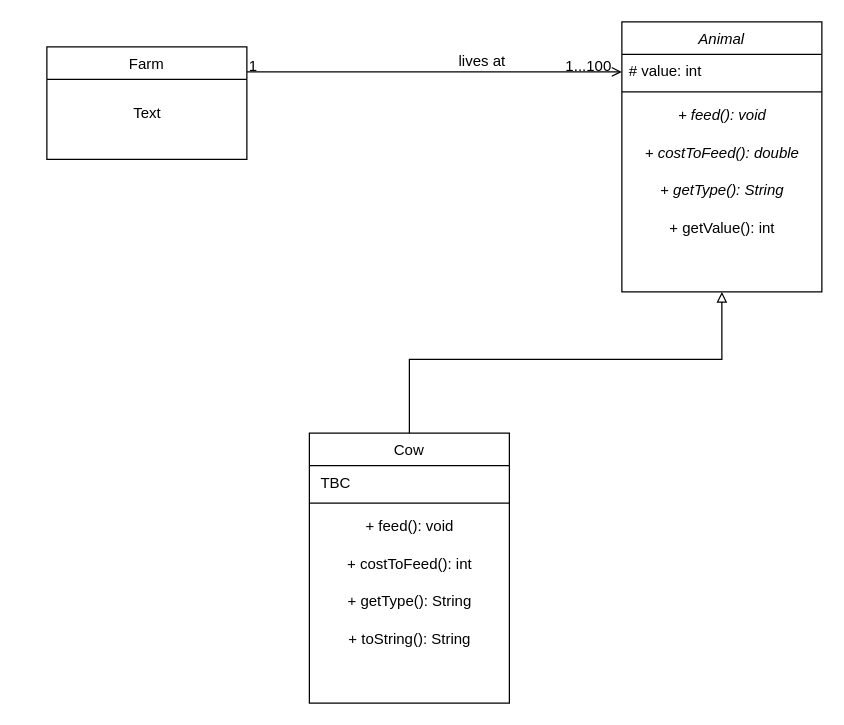
ben-porteous/CompSci718-Miscellaneous keeps this draw.io diagram as FarmManagerLab6.drawio. Above is the earlier version. Source tidied: cells renumbered, new cells numbered last; positions are measured from the earlier drawing's top-left corner, leaving out a move shared by most shapes. Both pictures are drawn from the tidied source at 125%, with x=0, y=0 at pixel (46, 21).
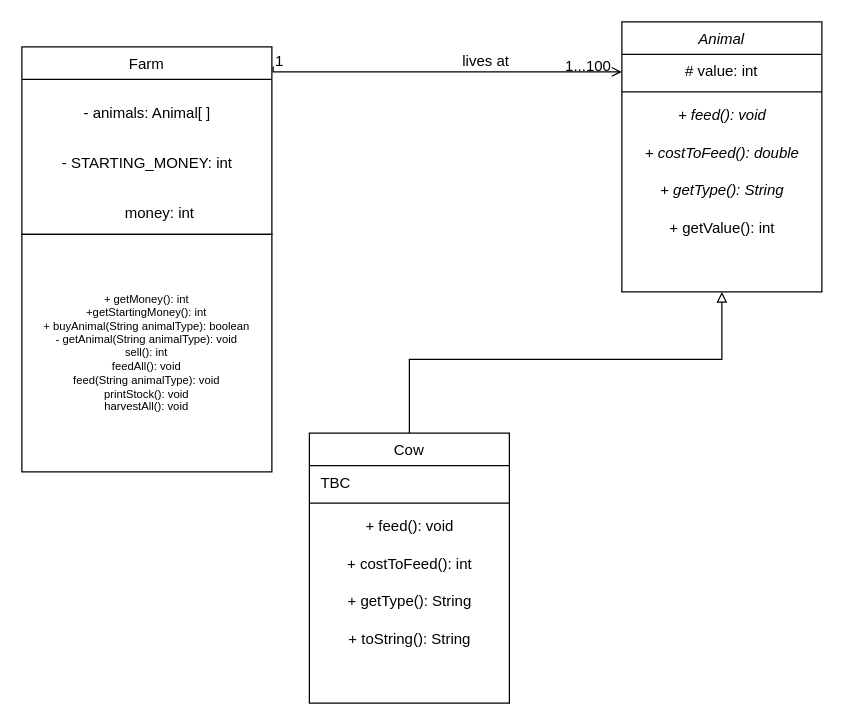
After the change.

The change refers to these unchanged cells:
```xml
<mxCell id="3" value="Animal" style="swimlane;fontStyle=2;align=center;verticalAlign=top;horizontal=1;startSize=26;rounded=0;shadow=0;strokeWidth=1;" parent="1" vertex="1">
  <mxGeometry x="460" width="160" height="216" as="geometry" />
</mxCell>
```

The edit, as a diff of the source:
```diff
@@
     <mxCell id="2" value="Farm" style="swimlane;fontStyle=0;align=center;verticalAlign=top;horizontal=1;startSize=26;rounded=0;shadow=0;strokeWidth=1;" parent="1" vertex="1" collapsed="1">
-      <mxGeometry y="20" width="160" height="90" as="geometry" />
+      <mxGeometry x="-20" y="20" width="200" height="150" as="geometry" />
     </mxCell>
@@
-    <mxCell id="4" value="# value: int" style="text;align=left;verticalAlign=top;spacingLeft=4;spacingRight=4;overflow=hidden;fontStyle=0;" parent="3" vertex="1">
+    <mxCell id="4" value="# value: int" style="text;align=center;verticalAlign=top;spacingLeft=4;spacingRight=4;overflow=hidden;fontStyle=0;" parent="3" vertex="1">
       <mxGeometry y="26" width="160" height="26" as="geometry" />
     </mxCell>
@@
-    <mxCell id="10" style="endArrow=open;shadow=0;strokeWidth=1;rounded=0;curved=0;endFill=1;edgeStyle=elbowEdgeStyle;elbow=vertical;" parent="1" edge="1" source="2" target="3">
+    <mxCell id="10" style="endArrow=open;shadow=0;strokeWidth=1;rounded=0;curved=0;endFill=1;edgeStyle=elbowEdgeStyle;elbow=vertical;exitX=1.005;exitY=0.105;exitDx=0;exitDy=0;exitPerimeter=0;" parent="1" edge="1" source="2" target="3">
       <mxGeometry x="0.5" y="41" relative="1" as="geometry">
         <Array as="points">
           <mxPoint x="299" y="40" />
         </Array>
         <mxPoint x="-40" y="32" as="offset" />
       </mxGeometry>
     </mxCell>
@@
-    <mxCell id="14" value="Text" style="text;html=1;align=center;verticalAlign=middle;strokeColor=none;fillColor=none;" parent="1" vertex="1">
-      <mxGeometry x="55" y="58" width="50" height="30" as="geometry" />
+    <mxCell id="14" value="- animals: Animal[ ]" style="text;html=1;align=center;verticalAlign=middle;strokeColor=none;fillColor=none;" parent="1" vertex="1">
+      <mxGeometry x="15" y="58" width="130" height="30" as="geometry" />
     </mxCell>
@@
+    <mxCell id="23" value="+ getMoney(): int&lt;div style=&quot;font-size: 9px;&quot;&gt;+getStartingMoney(): int&lt;/div&gt;&lt;div style=&quot;font-size: 9px;&quot;&gt;+ buyAnimal(String animalType): boolean&lt;/div&gt;&lt;div style=&quot;font-size: 9px;&quot;&gt;- getAnimal(String animalType): void&lt;/div&gt;&lt;div style=&quot;font-size: 9px;&quot;&gt;sell(): int&lt;/div&gt;&lt;div style=&quot;font-size: 9px;&quot;&gt;feedAll(): void&lt;/div&gt;&lt;div style=&quot;font-size: 9px;&quot;&gt;feed(String animalType): void&lt;/div&gt;&lt;div style=&quot;font-size: 9px;&quot;&gt;printStock(): void&lt;/div&gt;&lt;div style=&quot;font-size: 9px;&quot;&gt;harvestAll(): void&lt;/div&gt;" style="rounded=0;whiteSpace=wrap;html=1;fontSize=9;" parent="1" vertex="1">
+      <mxGeometry x="-20" y="170" width="200" height="190" as="geometry" />
+    </mxCell>
+    <mxCell id="24" value="- STARTING_MONEY: int" style="text;html=1;align=center;verticalAlign=middle;strokeColor=none;fillColor=none;" parent="1" vertex="1">
+      <mxGeometry y="98" width="160" height="30" as="geometry" />
+    </mxCell>
+    <mxCell id="25" value="money: int" style="text;html=1;align=center;verticalAlign=middle;strokeColor=none;fillColor=none;" parent="1" vertex="1">
+      <mxGeometry x="50" y="138" width="80" height="30" as="geometry" />
+    </mxCell>
```
